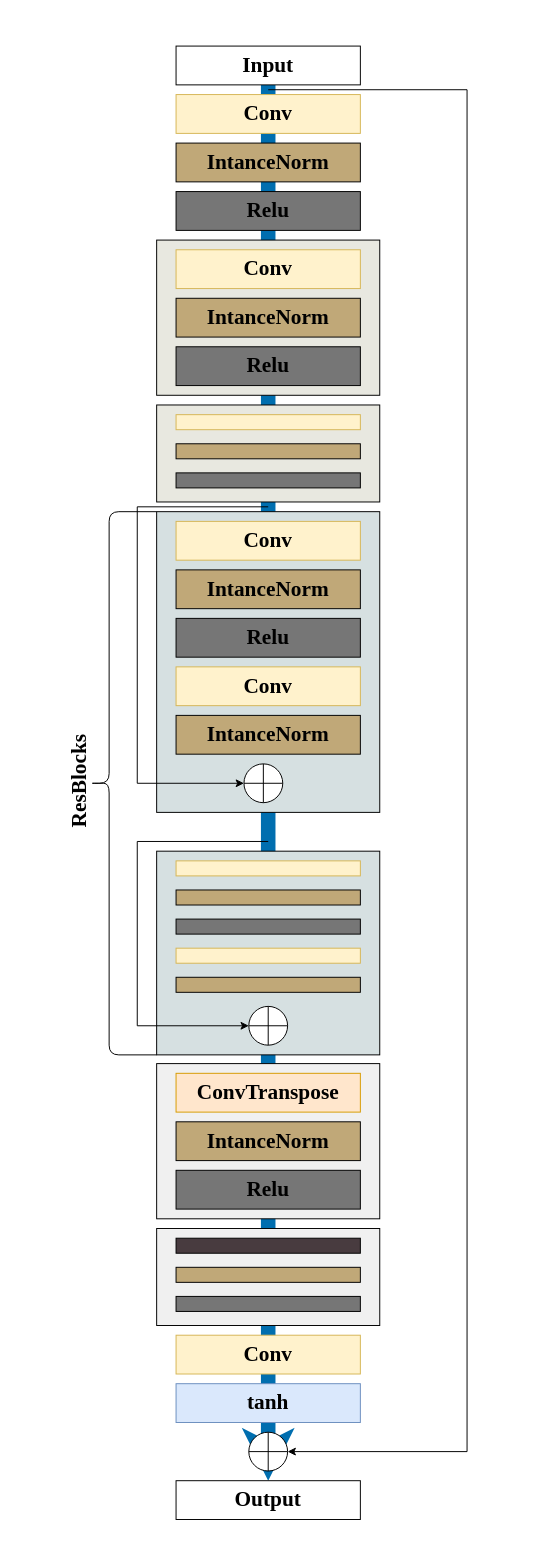
This is generator-architecture.drawio from LFNing/General, a draw.io file, before an edit. Source tidied: cells renumbered, new cells numbered last; positions are measured from the earlier drawing's top-left corner, leaving out a move shared by most shapes. Both pictures are drawn from the tidied source at 97%, with x=0, y=0 at pixel (69, 46).
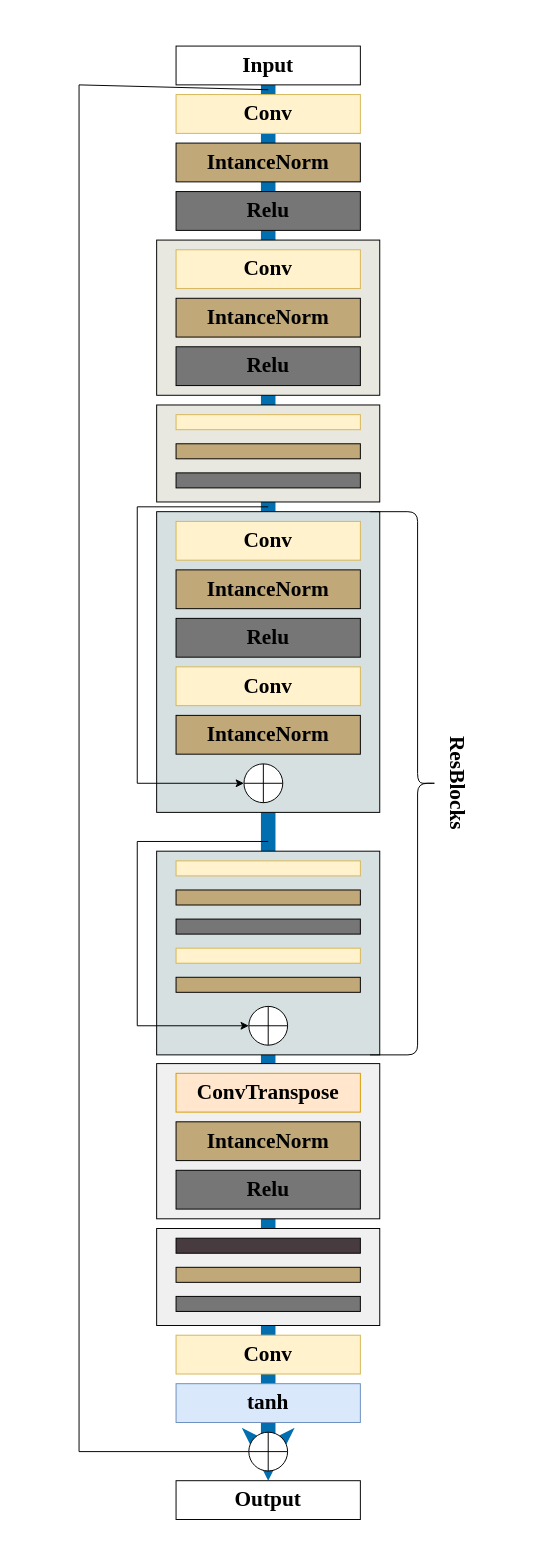
The same diagram, later.

Unchanged cells that the change refers to:
```xml
<mxCell id="41" style="shape=orEllipse;perimeter=ellipsePerimeter;whiteSpace=wrap;html=1;backgroundOutline=1;fontFamily=Times New Roman;fontSize=22;" parent="1" vertex="1">
  <mxGeometry x="185" y="1429" width="40" height="40" as="geometry" />
</mxCell>
```

Change to the diagram source:
```diff
@@
     <mxCell id="40" style="endArrow=classic;html=1;rounded=0;fontFamily=Times New Roman;fontSize=22;entryX=1;entryY=0.5;entryDx=0;entryDy=0;" parent="1" edge="1" target="41">
       <mxGeometry relative="1" as="geometry">
         <mxPoint x="205" y="45" as="sourcePoint" />
         <Array as="points">
-          <mxPoint x="410" y="45" />
-          <mxPoint x="410" y="1449" />
+          <mxPoint x="10" y="40" />
+          <mxPoint x="10" y="1449" />
         </Array>
       </mxGeometry>
     </mxCell>
@@
-    <mxCell id="44" style="shape=curlyBracket;whiteSpace=wrap;html=1;rounded=1;fontFamily=Times New Roman;fontSize=22;size=0.30000000000000115;" parent="1" vertex="1">
-      <mxGeometry x="20" y="480" width="70" height="560" as="geometry" />
-    </mxCell>
+    <mxCell id="46" style="shape=curlyBracket;whiteSpace=wrap;html=1;rounded=1;fontFamily=Times New Roman;fontSize=22;size=0.30000000000000115;rotation=-180;" parent="1" vertex="1">
+      <mxGeometry x="310" y="480" width="70" height="560" as="geometry" />
+    </mxCell>
-    <mxCell id="45" value="&lt;h6 style=&quot;font-size: 22px;&quot;&gt;&lt;span style=&quot;font-size: 22px;&quot;&gt;ResBlocks&lt;/span&gt;&lt;/h6&gt;" style="text;html=1;strokeColor=none;fillColor=none;align=center;verticalAlign=middle;whiteSpace=wrap;rounded=0;fontFamily=Times New Roman;fontSize=22;direction=east;horizontal=0;" parent="1" vertex="1">
-      <mxGeometry y="712.8" width="20" height="90" as="geometry" />
+    <mxCell id="45" value="&lt;h6 style=&quot;font-size: 22px;&quot;&gt;&lt;span style=&quot;font-size: 22px;&quot;&gt;ResBlocks&lt;/span&gt;&lt;/h6&gt;" style="text;html=1;strokeColor=none;fillColor=none;align=center;verticalAlign=middle;whiteSpace=wrap;rounded=0;fontFamily=Times New Roman;fontSize=22;direction=east;horizontal=0;rotation=-180;" parent="1" vertex="1">
+      <mxGeometry x="390" y="715" width="20" height="90" as="geometry" />
     </mxCell>
```
